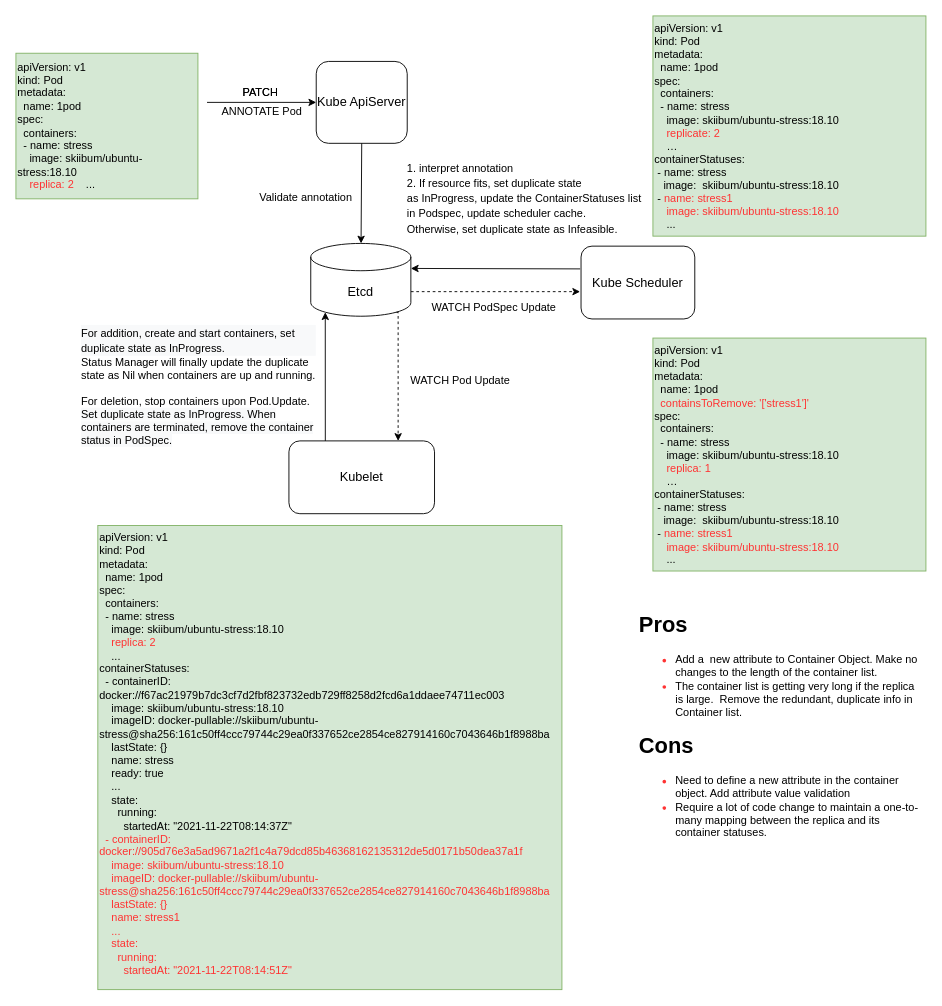
This is page "container attributes" (4 of 4) of Untitled Diagram.drawio from ichbinblau/OTC_Work_Log, a draw.io file, before an edit. Source tidied: cells renumbered, new cells numbered last; positions are measured from the earlier drawing's top-left corner, leaving out a move shared by most shapes. Both pictures are drawn from the tidied source at 91%, with x=0, y=0 at pixel (15, 15).
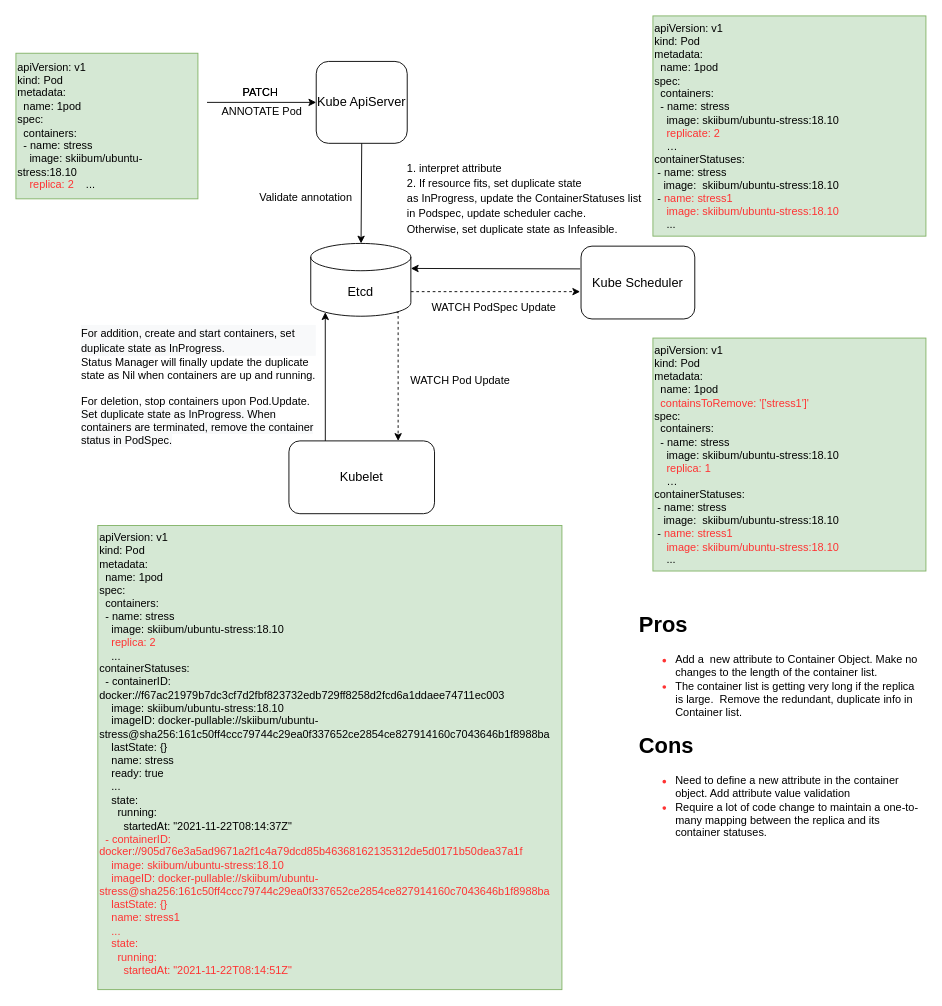
The same page after the edit.

What changed in the source:
```diff
@@
-    <mxCell id="12" value="&lt;div style=&quot;text-align: left&quot;&gt;&lt;span style=&quot;font-size: 12px&quot;&gt;1. interpret annotation&lt;/span&gt;&lt;/div&gt;&lt;div style=&quot;text-align: left&quot;&gt;&lt;span style=&quot;font-size: 12px&quot;&gt;2.&amp;nbsp;&lt;/span&gt;&lt;span style=&quot;font-size: 12px&quot;&gt;If resource fits, set duplicate state&amp;nbsp;&lt;/span&gt;&lt;/div&gt;&lt;div style=&quot;text-align: left&quot;&gt;&lt;span style=&quot;font-size: 12px&quot;&gt;as InProgress, update the ContainerStatuses list&amp;nbsp;&lt;/span&gt;&lt;/div&gt;&lt;div style=&quot;text-align: left&quot;&gt;&lt;span style=&quot;font-size: 12px&quot;&gt;in Podspec, update scheduler cache.&lt;/span&gt;&lt;/div&gt;&lt;div style=&quot;text-align: left&quot;&gt;&lt;span style=&quot;font-size: 12px&quot;&gt;Otherwise, set duplicate state as Infeasible.&lt;/span&gt;&lt;/div&gt;" style="text;html=1;align=center;verticalAlign=middle;fillColor=none;strokeColor=none;rounded=0;fontFamily=Helvetica;fontSize=14;" parent="1" vertex="1">
+    <mxCell id="12" value="&lt;div style=&quot;text-align: left&quot;&gt;&lt;span style=&quot;font-size: 12px&quot;&gt;1. interpret attribute&lt;/span&gt;&lt;/div&gt;&lt;div style=&quot;text-align: left&quot;&gt;&lt;span style=&quot;font-size: 12px&quot;&gt;2.&amp;nbsp;&lt;/span&gt;&lt;span style=&quot;font-size: 12px&quot;&gt;If resource fits, set duplicate state&amp;nbsp;&lt;/span&gt;&lt;/div&gt;&lt;div style=&quot;text-align: left&quot;&gt;&lt;span style=&quot;font-size: 12px&quot;&gt;as InProgress, update the ContainerStatuses list&amp;nbsp;&lt;/span&gt;&lt;/div&gt;&lt;div style=&quot;text-align: left&quot;&gt;&lt;span style=&quot;font-size: 12px&quot;&gt;in Podspec, update scheduler cache.&lt;/span&gt;&lt;/div&gt;&lt;div style=&quot;text-align: left&quot;&gt;&lt;span style=&quot;font-size: 12px&quot;&gt;Otherwise, set duplicate state as Infeasible.&lt;/span&gt;&lt;/div&gt;" style="text;html=1;align=center;verticalAlign=middle;fillColor=none;strokeColor=none;rounded=0;fontFamily=Helvetica;fontSize=14;" parent="1" vertex="1">
       <mxGeometry x="420" y="155" width="280" height="90" as="geometry" />
     </mxCell>
```
